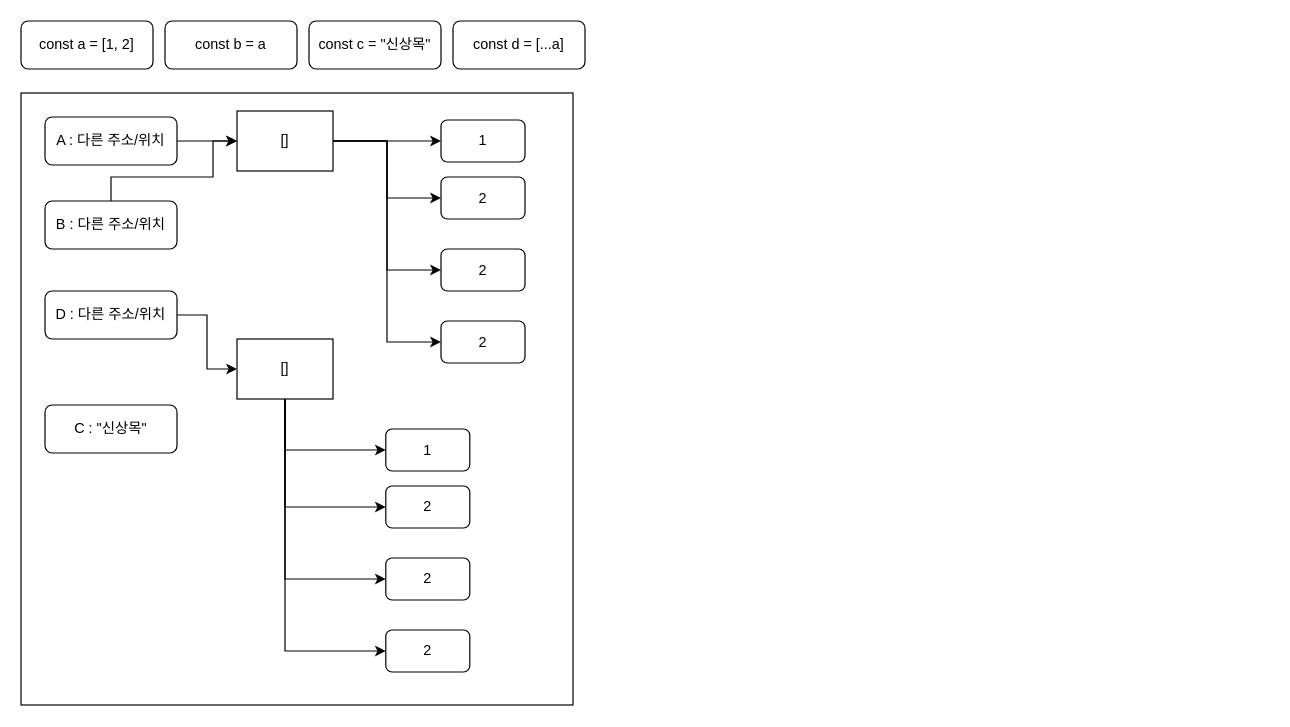
Above: New.No.060/heap, callstack.drawio in KyungHoonJ/blockchain7 (draw.io), before the change. Source tidied: cells renumbered, new cells numbered last; positions are measured from the earlier drawing's top-left corner, leaving out a move shared by most shapes. Both pictures are drawn from the tidied source at 120%, with x=0, y=0 at pixel (20, 20).
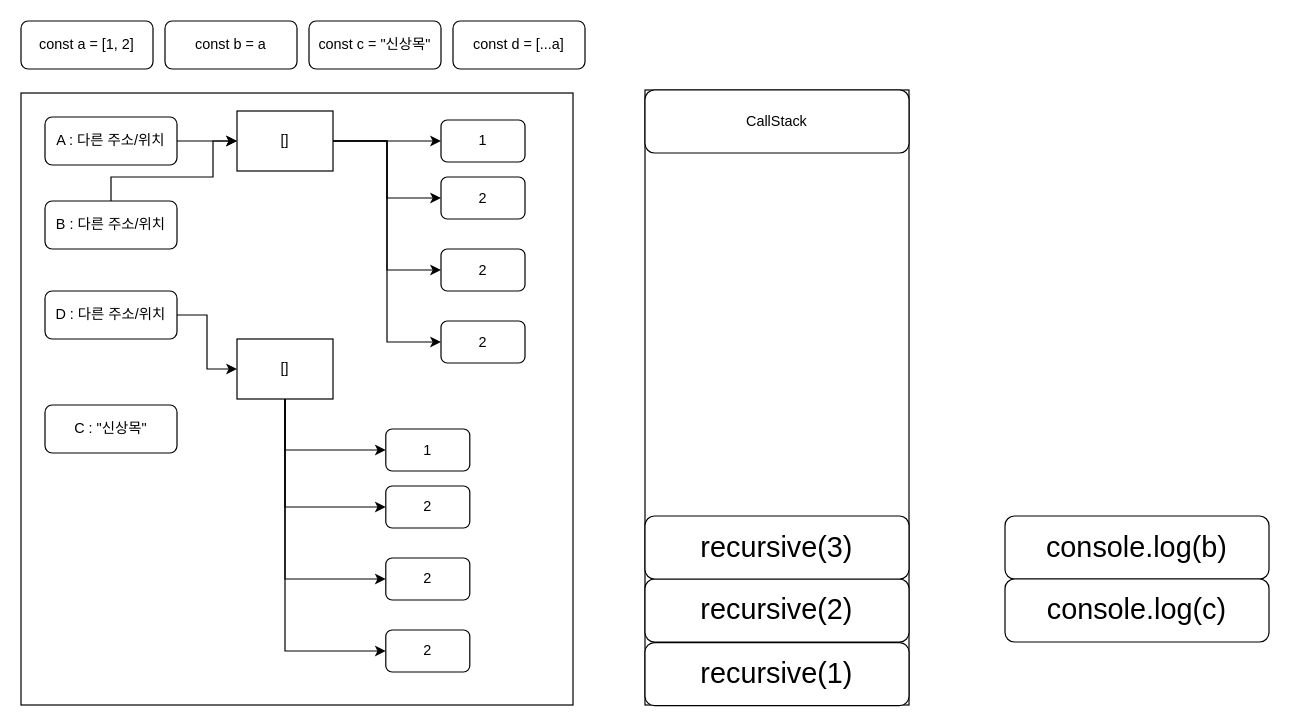
Above is the later version.

The edit, as a diff of the source:
```diff
@@
+    <mxCell id="32" style="rounded=0;whiteSpace=wrap;html=1;" parent="1" vertex="1">
+      <mxGeometry x="520" y="57.5" width="220" height="512.5" as="geometry" />
+    </mxCell>
+    <mxCell id="33" value="CallStack" style="rounded=1;whiteSpace=wrap;html=1;" parent="1" vertex="1">
+      <mxGeometry x="520" y="57.5" width="220" height="52.5" as="geometry" />
+    </mxCell>
+    <mxCell id="34" value="&lt;span style=&quot;font-size: 24px;&quot;&gt;recursive(1)&lt;/span&gt;" style="rounded=1;whiteSpace=wrap;html=1;" parent="1" vertex="1">
+      <mxGeometry x="520" y="518" width="220" height="52.5" as="geometry" />
+    </mxCell>
+    <mxCell id="35" value="&lt;font style=&quot;font-size: 24px;&quot;&gt;console.log(b)&lt;/font&gt;" style="rounded=1;whiteSpace=wrap;html=1;" parent="1" vertex="1">
+      <mxGeometry x="820" y="412.5" width="220" height="52.5" as="geometry" />
+    </mxCell>
+    <mxCell id="36" value="&lt;font style=&quot;font-size: 24px;&quot;&gt;console.log(c)&lt;/font&gt;" style="rounded=1;whiteSpace=wrap;html=1;" parent="1" vertex="1">
+      <mxGeometry x="820" y="465" width="220" height="52.5" as="geometry" />
+    </mxCell>
+    <mxCell id="37" value="&lt;span style=&quot;font-size: 24px;&quot;&gt;recursive(2)&lt;/span&gt;" style="rounded=1;whiteSpace=wrap;html=1;" parent="1" vertex="1">
+      <mxGeometry x="520" y="465" width="220" height="52.5" as="geometry" />
+    </mxCell>
+    <mxCell id="38" value="&lt;span style=&quot;font-size: 24px;&quot;&gt;recursive(3)&lt;/span&gt;" style="rounded=1;whiteSpace=wrap;html=1;" parent="1" vertex="1">
+      <mxGeometry x="520" y="412.5" width="220" height="52.5" as="geometry" />
+    </mxCell>
```
